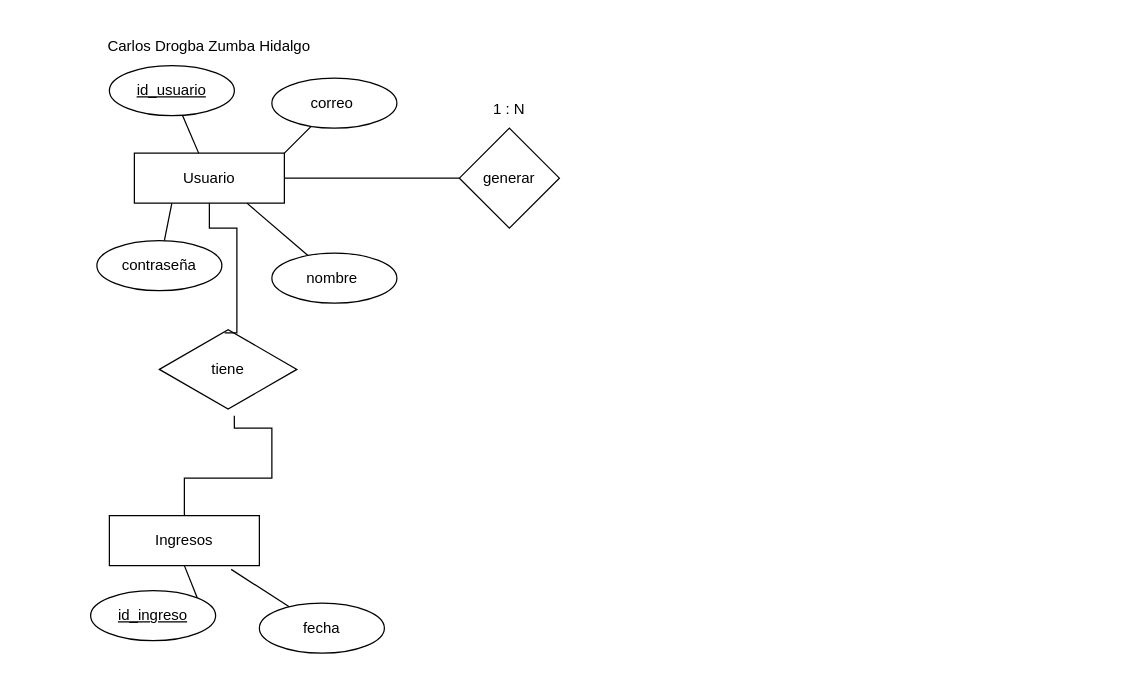
Before: Proyecto de unidad 1.drawio in CarlosZumba16/Base-de-Datos-Unidad-1, a draw.io diagram. Source tidied: cells renumbered, new cells numbered last; positions are measured from the earlier drawing's top-left corner, leaving out a move shared by most shapes. Both pictures are drawn from the tidied source at 125%, with x=0, y=0 at pixel (90, 28).
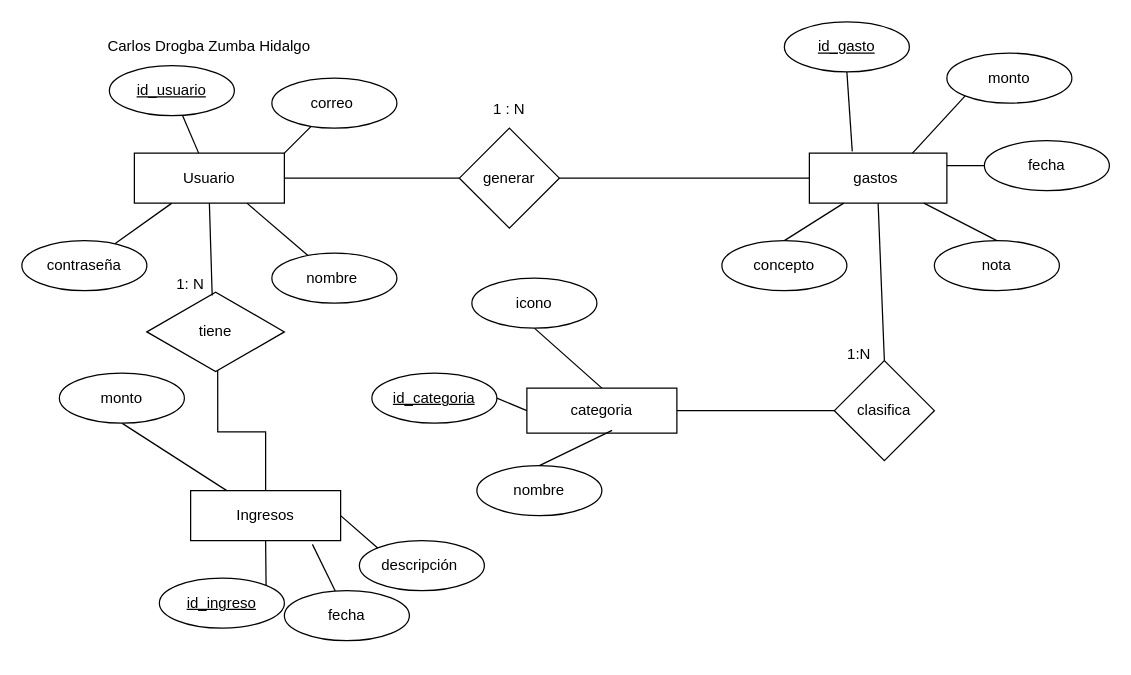
After the change.

The change refers to these unchanged cells:
```xml
<mxCell id="3" value="Usuario" style="rounded=0;whiteSpace=wrap;html=1;" parent="1" vertex="1">
  <mxGeometry x="35" y="100" width="120" height="40" as="geometry" />
</mxCell>
<mxCell id="7" value="generar" style="rhombus;whiteSpace=wrap;html=1;" parent="1" vertex="1">
  <mxGeometry x="295" y="80" width="80" height="80" as="geometry" />
</mxCell>
```

What changed in the source:
```diff
@@
     <mxCell id="4" value="Ingresos" style="rounded=0;whiteSpace=wrap;html=1;" parent="1" vertex="1">
-      <mxGeometry x="15" y="390" width="120" height="40" as="geometry" />
+      <mxGeometry x="80" y="370" width="120" height="40" as="geometry" />
     </mxCell>
     <mxCell id="5" value="tiene" style="html=1;whiteSpace=wrap;shape=isoRectangle;" parent="1" vertex="1">
-      <mxGeometry x="55" y="240" width="110" height="66" as="geometry" />
+      <mxGeometry x="45" y="210" width="110" height="66" as="geometry" />
     </mxCell>
@@
+    <mxCell id="23" style="edgeStyle=orthogonalEdgeStyle;rounded=0;jettySize=auto;html=1;exitX=1;exitY=0.5;exitDx=0;exitDy=0;entryX=0;entryY=0.5;entryDx=0;entryDy=0;endArrow=none;endFill=0;" parent="1" edge="1" source="7" target="28">
+      <mxGeometry relative="1" as="geometry" />
+    </mxCell>
@@
     <mxCell id="10" value="contraseña" style="ellipse;whiteSpace=wrap;html=1;align=center;newEdgeStyle={&quot;edgeStyle&quot;:&quot;entityRelationEdgeStyle&quot;,&quot;startArrow&quot;:&quot;none&quot;,&quot;endArrow&quot;:&quot;none&quot;,&quot;segment&quot;:10,&quot;curved&quot;:1,&quot;sourcePerimeterSpacing&quot;:0,&quot;targetPerimeterSpacing&quot;:0};" parent="1" vertex="1">
-      <mxGeometry x="5" y="170" width="100" height="40" as="geometry" />
+      <mxGeometry x="-55" y="170" width="100" height="40" as="geometry" />
     </mxCell>
@@
     <mxCell id="17" value="&lt;u&gt;id_ingreso&lt;/u&gt;" style="ellipse;whiteSpace=wrap;html=1;align=center;newEdgeStyle={&quot;edgeStyle&quot;:&quot;entityRelationEdgeStyle&quot;,&quot;startArrow&quot;:&quot;none&quot;,&quot;endArrow&quot;:&quot;none&quot;,&quot;segment&quot;:10,&quot;curved&quot;:1,&quot;sourcePerimeterSpacing&quot;:0,&quot;targetPerimeterSpacing&quot;:0};" parent="1" vertex="1">
-      <mxGeometry y="450" width="100" height="40" as="geometry" />
+      <mxGeometry x="55" y="440" width="100" height="40" as="geometry" />
     </mxCell>
     <mxCell id="18" value="fecha" style="ellipse;whiteSpace=wrap;html=1;align=center;newEdgeStyle={&quot;edgeStyle&quot;:&quot;entityRelationEdgeStyle&quot;,&quot;startArrow&quot;:&quot;none&quot;,&quot;endArrow&quot;:&quot;none&quot;,&quot;segment&quot;:10,&quot;curved&quot;:1,&quot;sourcePerimeterSpacing&quot;:0,&quot;targetPerimeterSpacing&quot;:0};" parent="1" vertex="1">
-      <mxGeometry x="135" y="460" width="100" height="40" as="geometry" />
+      <mxGeometry x="155" y="450" width="100" height="40" as="geometry" />
     </mxCell>
@@
-    <mxCell id="21" style="edgeStyle=orthogonalEdgeStyle;rounded=0;jettySize=auto;html=1;exitX=0.5;exitY=1;exitDx=0;exitDy=0;entryX=0.475;entryY=0.058;entryDx=0;entryDy=0;entryPerimeter=0;endArrow=none;endFill=0;" parent="1" edge="1" source="3" target="5">
-      <mxGeometry relative="1" as="geometry">
-        <Array as="points">
-          <mxPoint x="95" y="160" />
-          <mxPoint x="117" y="160" />
-        </Array>
-      </mxGeometry>
+    <mxCell id="21" style="rounded=0;jettySize=auto;html=1;exitX=0.5;exitY=1;exitDx=0;exitDy=0;entryX=0.475;entryY=0.058;entryDx=0;entryDy=0;entryPerimeter=0;endArrow=none;endFill=0;" parent="1" edge="1" source="3" target="5">
+      <mxGeometry relative="1" as="geometry" />
     </mxCell>
-    <mxCell id="22" style="edgeStyle=orthogonalEdgeStyle;rounded=0;jettySize=auto;html=1;exitX=0.545;exitY=1.061;exitDx=0;exitDy=0;entryX=0.5;entryY=0;entryDx=0;entryDy=0;endArrow=none;endFill=0;exitPerimeter=0;" parent="1" edge="1" source="5" target="4">
-      <mxGeometry relative="1" as="geometry">
-        <Array as="points">
-          <mxPoint x="145" y="320" />
-          <mxPoint x="145" y="360" />
-          <mxPoint x="75" y="360" />
-        </Array>
-      </mxGeometry>
+    <mxCell id="22" style="rounded=0;jettySize=auto;html=1;entryX=0.5;entryY=0;entryDx=0;entryDy=0;endArrow=none;endFill=0;exitX=0.515;exitY=0.961;exitDx=0;exitDy=0;exitPerimeter=0;edgeStyle=orthogonalEdgeStyle;" parent="1" edge="1" source="5" target="4">
+      <mxGeometry relative="1" as="geometry" />
     </mxCell>
+    <mxCell id="24" style="rounded=0;jettySize=auto;html=1;startArrow=none;endArrow=none;segment=10;sourcePerimeterSpacing=0;targetPerimeterSpacing=0;exitX=0.5;exitY=1;exitDx=0;exitDy=0;" parent="1" edge="1" source="25" target="4">
+      <mxGeometry relative="1" as="geometry" />
+    </mxCell>
+    <mxCell id="25" value="monto" style="ellipse;whiteSpace=wrap;html=1;align=center;newEdgeStyle={&quot;edgeStyle&quot;:&quot;entityRelationEdgeStyle&quot;,&quot;startArrow&quot;:&quot;none&quot;,&quot;endArrow&quot;:&quot;none&quot;,&quot;segment&quot;:10,&quot;curved&quot;:1,&quot;sourcePerimeterSpacing&quot;:0,&quot;targetPerimeterSpacing&quot;:0};" parent="1" vertex="1">
+      <mxGeometry x="-25" y="276" width="100" height="40" as="geometry" />
+    </mxCell>
+    <mxCell id="26" value="descripción&amp;nbsp;" style="ellipse;whiteSpace=wrap;html=1;align=center;newEdgeStyle={&quot;edgeStyle&quot;:&quot;entityRelationEdgeStyle&quot;,&quot;startArrow&quot;:&quot;none&quot;,&quot;endArrow&quot;:&quot;none&quot;,&quot;segment&quot;:10,&quot;curved&quot;:1,&quot;sourcePerimeterSpacing&quot;:0,&quot;targetPerimeterSpacing&quot;:0};" parent="1" vertex="1">
+      <mxGeometry x="215" y="410" width="100" height="40" as="geometry" />
+    </mxCell>
+    <mxCell id="27" style="rounded=0;jettySize=auto;html=1;startArrow=none;endArrow=none;segment=10;sourcePerimeterSpacing=0;targetPerimeterSpacing=0;exitX=0;exitY=0;exitDx=0;exitDy=0;entryX=1;entryY=0.5;entryDx=0;entryDy=0;" parent="1" edge="1" source="26" target="4">
+      <mxGeometry relative="1" as="geometry" />
+    </mxCell>
+    <mxCell id="28" value="gastos&amp;nbsp;" style="rounded=0;whiteSpace=wrap;html=1;" parent="1" vertex="1">
+      <mxGeometry x="575" y="100" width="110" height="40" as="geometry" />
+    </mxCell>
+    <mxCell id="29" value="1: N" style="text;html=1;whiteSpace=wrap;strokeColor=none;fillColor=none;align=center;verticalAlign=middle;rounded=0;" parent="1" vertex="1">
+      <mxGeometry x="50" y="190" width="60" height="30" as="geometry" />
+    </mxCell>
+    <mxCell id="30" value="&lt;u&gt;id_gasto&lt;/u&gt;" style="ellipse;whiteSpace=wrap;html=1;align=center;newEdgeStyle={&quot;edgeStyle&quot;:&quot;entityRelationEdgeStyle&quot;,&quot;startArrow&quot;:&quot;none&quot;,&quot;endArrow&quot;:&quot;none&quot;,&quot;segment&quot;:10,&quot;curved&quot;:1,&quot;sourcePerimeterSpacing&quot;:0,&quot;targetPerimeterSpacing&quot;:0};" parent="1" vertex="1">
+      <mxGeometry x="555" y="-5" width="100" height="40" as="geometry" />
+    </mxCell>
+    <mxCell id="31" style="rounded=0;jettySize=auto;html=1;startArrow=none;endArrow=none;segment=10;sourcePerimeterSpacing=0;targetPerimeterSpacing=0;exitX=0.5;exitY=0;exitDx=0;exitDy=0;entryX=0.25;entryY=1;entryDx=0;entryDy=0;" parent="1" edge="1" source="32" target="28">
+      <mxGeometry relative="1" as="geometry" />
+    </mxCell>
+    <mxCell id="32" value="concepto" style="ellipse;whiteSpace=wrap;html=1;align=center;newEdgeStyle={&quot;edgeStyle&quot;:&quot;entityRelationEdgeStyle&quot;,&quot;startArrow&quot;:&quot;none&quot;,&quot;endArrow&quot;:&quot;none&quot;,&quot;segment&quot;:10,&quot;curved&quot;:1,&quot;sourcePerimeterSpacing&quot;:0,&quot;targetPerimeterSpacing&quot;:0};" parent="1" vertex="1">
+      <mxGeometry x="505" y="170" width="100" height="40" as="geometry" />
+    </mxCell>
+    <mxCell id="33" value="nota" style="ellipse;whiteSpace=wrap;html=1;align=center;newEdgeStyle={&quot;edgeStyle&quot;:&quot;entityRelationEdgeStyle&quot;,&quot;startArrow&quot;:&quot;none&quot;,&quot;endArrow&quot;:&quot;none&quot;,&quot;segment&quot;:10,&quot;curved&quot;:1,&quot;sourcePerimeterSpacing&quot;:0,&quot;targetPerimeterSpacing&quot;:0};" parent="1" vertex="1">
+      <mxGeometry x="675" y="170" width="100" height="40" as="geometry" />
+    </mxCell>
+    <mxCell id="34" style="rounded=0;jettySize=auto;html=1;startArrow=none;endArrow=none;segment=10;sourcePerimeterSpacing=0;targetPerimeterSpacing=0;exitX=0;exitY=1;exitDx=0;exitDy=0;entryX=0.75;entryY=0;entryDx=0;entryDy=0;" parent="1" edge="1" source="35" target="28">
+      <mxGeometry relative="1" as="geometry" />
+    </mxCell>
+    <mxCell id="35" value="monto" style="ellipse;whiteSpace=wrap;html=1;align=center;newEdgeStyle={&quot;edgeStyle&quot;:&quot;entityRelationEdgeStyle&quot;,&quot;startArrow&quot;:&quot;none&quot;,&quot;endArrow&quot;:&quot;none&quot;,&quot;segment&quot;:10,&quot;curved&quot;:1,&quot;sourcePerimeterSpacing&quot;:0,&quot;targetPerimeterSpacing&quot;:0};" parent="1" vertex="1">
+      <mxGeometry x="685" y="20" width="100" height="40" as="geometry" />
+    </mxCell>
+    <mxCell id="36" style="rounded=0;jettySize=auto;html=1;startArrow=none;endArrow=none;segment=10;sourcePerimeterSpacing=0;targetPerimeterSpacing=0;exitX=0;exitY=0.5;exitDx=0;exitDy=0;entryX=1;entryY=0.25;entryDx=0;entryDy=0;" parent="1" edge="1" source="37" target="28">
+      <mxGeometry relative="1" as="geometry" />
+    </mxCell>
+    <mxCell id="37" value="fecha" style="ellipse;whiteSpace=wrap;html=1;align=center;newEdgeStyle={&quot;edgeStyle&quot;:&quot;entityRelationEdgeStyle&quot;,&quot;startArrow&quot;:&quot;none&quot;,&quot;endArrow&quot;:&quot;none&quot;,&quot;segment&quot;:10,&quot;curved&quot;:1,&quot;sourcePerimeterSpacing&quot;:0,&quot;targetPerimeterSpacing&quot;:0};" parent="1" vertex="1">
+      <mxGeometry x="715" y="90" width="100" height="40" as="geometry" />
+    </mxCell>
+    <mxCell id="38" style="rounded=0;jettySize=auto;html=1;startArrow=none;endArrow=none;segment=10;sourcePerimeterSpacing=0;targetPerimeterSpacing=0;exitX=0.5;exitY=1;exitDx=0;exitDy=0;entryX=0.312;entryY=-0.035;entryDx=0;entryDy=0;entryPerimeter=0;" parent="1" edge="1" source="30" target="28">
+      <mxGeometry relative="1" as="geometry" />
+    </mxCell>
+    <mxCell id="39" style="rounded=0;jettySize=auto;html=1;startArrow=none;endArrow=none;segment=10;sourcePerimeterSpacing=0;targetPerimeterSpacing=0;exitX=0.5;exitY=0;exitDx=0;exitDy=0;entryX=0.833;entryY=1;entryDx=0;entryDy=0;entryPerimeter=0;" parent="1" edge="1" source="33" target="28">
+      <mxGeometry relative="1" as="geometry" />
+    </mxCell>
+    <mxCell id="40" style="rounded=0;jettySize=auto;html=1;exitX=0.5;exitY=0;exitDx=0;exitDy=0;entryX=0.5;entryY=1;entryDx=0;entryDy=0;endArrow=none;endFill=0;" parent="1" edge="1" source="42" target="28">
+      <mxGeometry relative="1" as="geometry" />
+    </mxCell>
+    <mxCell id="41" style="rounded=0;jettySize=auto;html=1;exitX=0;exitY=0.5;exitDx=0;exitDy=0;entryX=1;entryY=0.5;entryDx=0;entryDy=0;endArrow=none;endFill=0;" parent="1" edge="1" source="42" target="43">
+      <mxGeometry relative="1" as="geometry" />
+    </mxCell>
+    <mxCell id="42" value="clasifica" style="rhombus;whiteSpace=wrap;html=1;" parent="1" vertex="1">
+      <mxGeometry x="595" y="266" width="80" height="80" as="geometry" />
+    </mxCell>
+    <mxCell id="43" value="categoria" style="rounded=0;whiteSpace=wrap;html=1;" parent="1" vertex="1">
+      <mxGeometry x="349" y="288" width="120" height="36" as="geometry" />
+    </mxCell>
+    <mxCell id="44" style="rounded=0;jettySize=auto;html=1;startArrow=none;endArrow=none;segment=10;sourcePerimeterSpacing=0;targetPerimeterSpacing=0;exitX=0.5;exitY=1;exitDx=0;exitDy=0;entryX=0.5;entryY=0;entryDx=0;entryDy=0;" parent="1" edge="1" source="45" target="43">
+      <mxGeometry relative="1" as="geometry" />
+    </mxCell>
+    <mxCell id="45" value="icono" style="ellipse;whiteSpace=wrap;html=1;align=center;newEdgeStyle={&quot;edgeStyle&quot;:&quot;entityRelationEdgeStyle&quot;,&quot;startArrow&quot;:&quot;none&quot;,&quot;endArrow&quot;:&quot;none&quot;,&quot;segment&quot;:10,&quot;curved&quot;:1,&quot;sourcePerimeterSpacing&quot;:0,&quot;targetPerimeterSpacing&quot;:0};" parent="1" vertex="1">
+      <mxGeometry x="305" y="200" width="100" height="40" as="geometry" />
+    </mxCell>
+    <mxCell id="46" value="nombre" style="ellipse;whiteSpace=wrap;html=1;align=center;newEdgeStyle={&quot;edgeStyle&quot;:&quot;entityRelationEdgeStyle&quot;,&quot;startArrow&quot;:&quot;none&quot;,&quot;endArrow&quot;:&quot;none&quot;,&quot;segment&quot;:10,&quot;curved&quot;:1,&quot;sourcePerimeterSpacing&quot;:0,&quot;targetPerimeterSpacing&quot;:0};" parent="1" vertex="1">
+      <mxGeometry x="309" y="350" width="100" height="40" as="geometry" />
+    </mxCell>
+    <mxCell id="47" style="rounded=0;jettySize=auto;html=1;startArrow=none;endArrow=none;segment=10;sourcePerimeterSpacing=0;targetPerimeterSpacing=0;exitX=1;exitY=0.5;exitDx=0;exitDy=0;entryX=0;entryY=0.5;entryDx=0;entryDy=0;" parent="1" edge="1" source="48" target="43">
+      <mxGeometry relative="1" as="geometry" />
+    </mxCell>
+    <mxCell id="48" value="&lt;u&gt;id_categoria&lt;/u&gt;" style="ellipse;whiteSpace=wrap;html=1;align=center;newEdgeStyle={&quot;edgeStyle&quot;:&quot;entityRelationEdgeStyle&quot;,&quot;startArrow&quot;:&quot;none&quot;,&quot;endArrow&quot;:&quot;none&quot;,&quot;segment&quot;:10,&quot;curved&quot;:1,&quot;sourcePerimeterSpacing&quot;:0,&quot;targetPerimeterSpacing&quot;:0};" parent="1" vertex="1">
+      <mxGeometry x="225" y="276" width="100" height="40" as="geometry" />
+    </mxCell>
+    <mxCell id="49" style="rounded=0;jettySize=auto;html=1;startArrow=none;endArrow=none;segment=10;sourcePerimeterSpacing=0;targetPerimeterSpacing=0;exitX=0.5;exitY=0;exitDx=0;exitDy=0;entryX=0.568;entryY=0.939;entryDx=0;entryDy=0;entryPerimeter=0;" parent="1" edge="1" source="46" target="43">
+      <mxGeometry relative="1" as="geometry" />
+    </mxCell>
+    <mxCell id="50" value="1:N" style="text;html=1;whiteSpace=wrap;strokeColor=none;fillColor=none;align=center;verticalAlign=middle;rounded=0;" parent="1" vertex="1">
+      <mxGeometry x="585" y="246" width="60" height="30" as="geometry" />
+    </mxCell>
```
